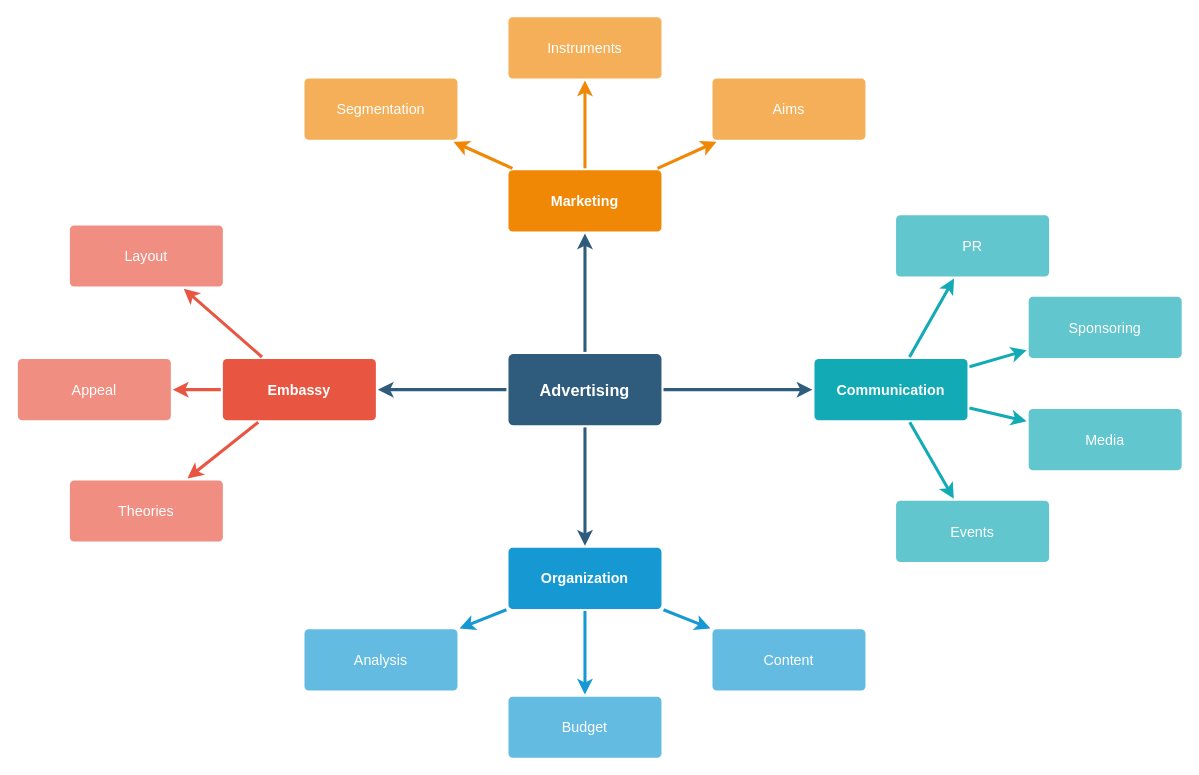
The draw.io diagram CRO.drawio in IZeMgg/wincro, before the edit. Source tidied: cells renumbered, new cells numbered last; positions are measured from the earlier drawing's top-left corner, leaving out a move shared by most shapes. Both pictures are drawn from the tidied source at 102%, with x=0, y=0 at pixel (17, 16).
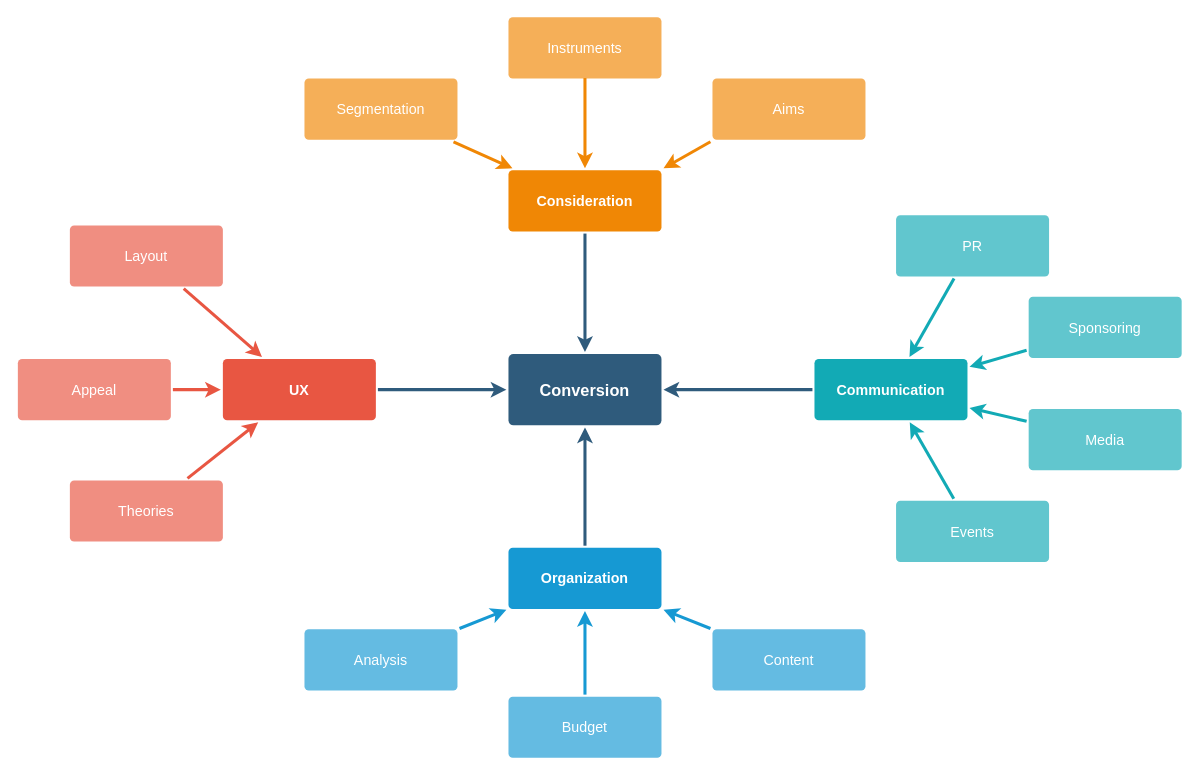
After the change.

Unchanged cells that the change refers to:
```xml
<mxCell id="11" value="Theories" style="rounded=1;whiteSpace=wrap;html=1;shadow=0;labelBackgroundColor=none;strokeColor=none;strokeWidth=3;fillColor=#f08e81;fontFamily=Helvetica;fontSize=14;fontColor=#FFFFFF;align=center;spacing=5;fontStyle=0;arcSize=7;perimeterSpacing=2;" parent="1" vertex="1">
  <mxGeometry x="51" y="454.5" width="150" height="60" as="geometry" />
</mxCell>
<mxCell id="12" value="Appeal" style="rounded=1;whiteSpace=wrap;html=1;shadow=0;labelBackgroundColor=none;strokeColor=none;strokeWidth=3;fillColor=#f08e81;fontFamily=Helvetica;fontSize=14;fontColor=#FFFFFF;align=center;spacing=5;fontStyle=0;arcSize=7;perimeterSpacing=2;" parent="1" vertex="1">
  <mxGeometry y="335.5" width="150" height="60" as="geometry" />
</mxCell>
<mxCell id="13" value="Layout" style="rounded=1;whiteSpace=wrap;html=1;shadow=0;labelBackgroundColor=none;strokeColor=none;strokeWidth=3;fillColor=#f08e81;fontFamily=Helvetica;fontSize=14;fontColor=#FFFFFF;align=center;spacing=5;fontStyle=0;arcSize=7;perimeterSpacing=2;" parent="1" vertex="1">
  <mxGeometry x="51" y="204.5" width="150" height="60" as="geometry" />
</mxCell>
<mxCell id="17" value="Organization" style="rounded=1;whiteSpace=wrap;html=1;shadow=0;labelBackgroundColor=none;strokeColor=none;strokeWidth=3;fillColor=#1699d3;fontFamily=Helvetica;fontSize=14;fontColor=#FFFFFF;align=center;spacing=5;fontStyle=1;arcSize=7;perimeterSpacing=2;" parent="1" vertex="1">
  <mxGeometry x="481" y="520.5" width="150" height="60" as="geometry" />
</mxCell>
<mxCell id="18" value="Content" style="rounded=1;whiteSpace=wrap;html=1;shadow=0;labelBackgroundColor=none;strokeColor=none;strokeWidth=3;fillColor=#64bbe2;fontFamily=Helvetica;fontSize=14;fontColor=#FFFFFF;align=center;spacing=5;arcSize=7;perimeterSpacing=2;" parent="1" vertex="1">
  <mxGeometry x="681" y="600.5" width="150" height="60" as="geometry" />
</mxCell>
<mxCell id="19" value="Budget" style="rounded=1;whiteSpace=wrap;html=1;shadow=0;labelBackgroundColor=none;strokeColor=none;strokeWidth=3;fillColor=#64bbe2;fontFamily=Helvetica;fontSize=14;fontColor=#FFFFFF;align=center;spacing=5;arcSize=7;perimeterSpacing=2;" parent="1" vertex="1">
  <mxGeometry x="481" y="666.5" width="150" height="60" as="geometry" />
</mxCell>
<mxCell id="20" value="Analysis" style="rounded=1;whiteSpace=wrap;html=1;shadow=0;labelBackgroundColor=none;strokeColor=none;strokeWidth=3;fillColor=#64bbe2;fontFamily=Helvetica;fontSize=14;fontColor=#FFFFFF;align=center;spacing=5;arcSize=7;perimeterSpacing=2;" parent="1" vertex="1">
  <mxGeometry x="281" y="600.5" width="150" height="60" as="geometry" />
</mxCell>
<mxCell id="22" value="Aims&lt;br&gt;" style="rounded=1;whiteSpace=wrap;html=1;shadow=0;labelBackgroundColor=none;strokeColor=none;strokeWidth=3;fillColor=#f5af58;fontFamily=Helvetica;fontSize=14;fontColor=#FFFFFF;align=center;spacing=5;arcSize=7;perimeterSpacing=2;" parent="1" vertex="1">
  <mxGeometry x="681" y="60.5" width="150" height="60" as="geometry" />
</mxCell>
<mxCell id="24" value="Instruments" style="rounded=1;whiteSpace=wrap;html=1;shadow=0;labelBackgroundColor=none;strokeColor=none;strokeWidth=3;fillColor=#f5af58;fontFamily=Helvetica;fontSize=14;fontColor=#FFFFFF;align=center;spacing=5;arcSize=7;perimeterSpacing=2;" parent="1" vertex="1">
  <mxGeometry x="481" y="0.5" width="150" height="60" as="geometry" />
</mxCell>
<mxCell id="26" value="Segmentation" style="rounded=1;whiteSpace=wrap;html=1;shadow=0;labelBackgroundColor=none;strokeColor=none;strokeWidth=3;fillColor=#f5af58;fontFamily=Helvetica;fontSize=14;fontColor=#FFFFFF;align=center;spacing=5;arcSize=7;perimeterSpacing=2;" parent="1" vertex="1">
  <mxGeometry x="281" y="60.5" width="150" height="60" as="geometry" />
</mxCell>
<mxCell id="28" value="Communication" style="rounded=1;whiteSpace=wrap;html=1;shadow=0;labelBackgroundColor=none;strokeColor=none;strokeWidth=3;fillColor=#12aab5;fontFamily=Helvetica;fontSize=14;fontColor=#FFFFFF;align=center;spacing=5;fontStyle=1;arcSize=7;perimeterSpacing=2;" parent="1" vertex="1">
  <mxGeometry x="781" y="335.5" width="150" height="60" as="geometry" />
</mxCell>
<mxCell id="29" value="Events" style="rounded=1;whiteSpace=wrap;html=1;shadow=0;labelBackgroundColor=none;strokeColor=none;strokeWidth=3;fillColor=#61c6ce;fontFamily=Helvetica;fontSize=14;fontColor=#FFFFFF;align=center;spacing=5;fontStyle=0;arcSize=7;perimeterSpacing=2;" parent="1" vertex="1">
  <mxGeometry x="861" y="474.5" width="150" height="60" as="geometry" />
</mxCell>
<mxCell id="31" value="Media" style="rounded=1;whiteSpace=wrap;html=1;shadow=0;labelBackgroundColor=none;strokeColor=none;strokeWidth=3;fillColor=#61c6ce;fontFamily=Helvetica;fontSize=14;fontColor=#FFFFFF;align=center;spacing=5;fontStyle=0;arcSize=7;perimeterSpacing=2;" parent="1" vertex="1">
  <mxGeometry x="991" y="384.5" width="150" height="60" as="geometry" />
</mxCell>
<mxCell id="33" value="Sponsoring" style="rounded=1;whiteSpace=wrap;html=1;shadow=0;labelBackgroundColor=none;strokeColor=none;strokeWidth=3;fillColor=#61c6ce;fontFamily=Helvetica;fontSize=14;fontColor=#FFFFFF;align=center;spacing=5;fontStyle=0;arcSize=7;perimeterSpacing=2;" parent="1" vertex="1">
  <mxGeometry x="991" y="274.5" width="150" height="60" as="geometry" />
</mxCell>
<mxCell id="35" value="PR" style="rounded=1;whiteSpace=wrap;html=1;shadow=0;labelBackgroundColor=none;strokeColor=none;strokeWidth=3;fillColor=#61c6ce;fontFamily=Helvetica;fontSize=14;fontColor=#FFFFFF;align=center;spacing=5;fontStyle=0;arcSize=7;perimeterSpacing=2;" parent="1" vertex="1">
  <mxGeometry x="861" y="194.5" width="150" height="60" as="geometry" />
</mxCell>
```

What changed in the source:
```diff
@@
-    <mxCell id="2" style="edgeStyle=none;rounded=0;jumpStyle=none;html=1;shadow=0;labelBackgroundColor=none;startArrow=none;startFill=0;endArrow=classic;endFill=1;jettySize=auto;strokeColor=#2F5B7C;strokeWidth=3;fontFamily=Helvetica;fontSize=16;fontColor=#23445D;spacing=5;" parent="1" edge="1" source="6" target="21">
+    <mxCell id="2" style="edgeStyle=none;rounded=0;jumpStyle=none;html=1;shadow=0;labelBackgroundColor=none;startArrow=none;startFill=0;endArrow=classic;endFill=1;jettySize=auto;strokeColor=#2F5B7C;strokeWidth=3;fontFamily=Helvetica;fontSize=16;fontColor=#23445D;spacing=5;" parent="1" edge="1" source="21" target="6">
       <mxGeometry relative="1" as="geometry" />
     </mxCell>
-    <mxCell id="3" style="edgeStyle=none;rounded=0;jumpStyle=none;html=1;shadow=0;labelBackgroundColor=none;startArrow=none;startFill=0;endArrow=classic;endFill=1;jettySize=auto;strokeColor=#2F5B7C;strokeWidth=3;fontFamily=Helvetica;fontSize=16;fontColor=#23445D;spacing=5;" parent="1" edge="1" source="6" target="28">
+    <mxCell id="3" style="edgeStyle=none;rounded=0;jumpStyle=none;html=1;shadow=0;labelBackgroundColor=none;startArrow=none;startFill=0;endArrow=classic;endFill=1;jettySize=auto;strokeColor=#2F5B7C;strokeWidth=3;fontFamily=Helvetica;fontSize=16;fontColor=#23445D;spacing=5;" parent="1" edge="1" source="28" target="6">
       <mxGeometry relative="1" as="geometry" />
     </mxCell>
-    <mxCell id="4" style="edgeStyle=none;rounded=0;jumpStyle=none;html=1;shadow=0;labelBackgroundColor=none;startArrow=none;startFill=0;endArrow=classic;endFill=1;jettySize=auto;strokeColor=#2F5B7C;strokeWidth=3;fontFamily=Helvetica;fontSize=16;fontColor=#23445D;spacing=5;" parent="1" edge="1" source="6" target="17">
+    <mxCell id="4" style="edgeStyle=none;rounded=0;jumpStyle=none;html=1;shadow=0;labelBackgroundColor=none;startArrow=none;startFill=0;endArrow=classic;endFill=1;jettySize=auto;strokeColor=#2F5B7C;strokeWidth=3;fontFamily=Helvetica;fontSize=16;fontColor=#23445D;spacing=5;" parent="1" edge="1" source="17" target="6">
       <mxGeometry relative="1" as="geometry" />
     </mxCell>
-    <mxCell id="5" style="edgeStyle=none;rounded=0;jumpStyle=none;html=1;shadow=0;labelBackgroundColor=none;startArrow=none;startFill=0;endArrow=classic;endFill=1;jettySize=auto;strokeColor=#2F5B7C;strokeWidth=3;fontFamily=Helvetica;fontSize=16;fontColor=#23445D;spacing=5;" parent="1" edge="1" source="6" target="10">
+    <mxCell id="5" style="edgeStyle=none;rounded=0;jumpStyle=none;html=1;shadow=0;labelBackgroundColor=none;startArrow=none;startFill=0;endArrow=classic;endFill=1;jettySize=auto;strokeColor=#2F5B7C;strokeWidth=3;fontFamily=Helvetica;fontSize=16;fontColor=#23445D;spacing=5;" parent="1" edge="1" source="10" target="6">
       <mxGeometry relative="1" as="geometry" />
     </mxCell>
-    <mxCell id="6" value="Advertising" style="rounded=1;whiteSpace=wrap;html=1;shadow=0;labelBackgroundColor=none;strokeColor=none;strokeWidth=3;fillColor=#2F5B7C;fontFamily=Helvetica;fontSize=16;fontColor=#FFFFFF;align=center;fontStyle=1;spacing=5;arcSize=7;perimeterSpacing=2;" parent="1" vertex="1">
+    <mxCell id="6" value="Conversion" style="rounded=1;whiteSpace=wrap;html=1;shadow=0;labelBackgroundColor=none;strokeColor=none;strokeWidth=3;fillColor=#2F5B7C;fontFamily=Helvetica;fontSize=16;fontColor=#FFFFFF;align=center;fontStyle=1;spacing=5;arcSize=7;perimeterSpacing=2;" parent="1" vertex="1">
       <mxGeometry x="481" y="330.5" width="150" height="70" as="geometry" />
     </mxCell>
-    <mxCell id="7" style="edgeStyle=none;rounded=1;jumpStyle=none;html=1;shadow=0;labelBackgroundColor=none;startArrow=none;startFill=0;jettySize=auto;strokeColor=#E85642;strokeWidth=3;fontFamily=Helvetica;fontSize=14;fontColor=#FFFFFF;spacing=5;fontStyle=1;fillColor=#b0e3e6;" parent="1" edge="1" source="10" target="13">
+    <mxCell id="7" style="edgeStyle=none;rounded=1;jumpStyle=none;html=1;shadow=0;labelBackgroundColor=none;startArrow=none;startFill=0;jettySize=auto;strokeColor=#E85642;strokeWidth=3;fontFamily=Helvetica;fontSize=14;fontColor=#FFFFFF;spacing=5;fontStyle=1;fillColor=#b0e3e6;" parent="1" edge="1" source="13" target="10">
       <mxGeometry relative="1" as="geometry" />
     </mxCell>
-    <mxCell id="8" style="edgeStyle=none;rounded=1;jumpStyle=none;html=1;shadow=0;labelBackgroundColor=none;startArrow=none;startFill=0;jettySize=auto;strokeColor=#E85642;strokeWidth=3;fontFamily=Helvetica;fontSize=14;fontColor=#FFFFFF;spacing=5;fontStyle=1;fillColor=#b0e3e6;" parent="1" edge="1" source="10" target="12">
+    <mxCell id="8" style="edgeStyle=none;rounded=1;jumpStyle=none;html=1;shadow=0;labelBackgroundColor=none;startArrow=none;startFill=0;jettySize=auto;strokeColor=#E85642;strokeWidth=3;fontFamily=Helvetica;fontSize=14;fontColor=#FFFFFF;spacing=5;fontStyle=1;fillColor=#b0e3e6;" parent="1" edge="1" source="12" target="10">
       <mxGeometry relative="1" as="geometry" />
     </mxCell>
-    <mxCell id="9" style="edgeStyle=none;rounded=1;jumpStyle=none;html=1;shadow=0;labelBackgroundColor=none;startArrow=none;startFill=0;jettySize=auto;strokeColor=#E85642;strokeWidth=3;fontFamily=Helvetica;fontSize=14;fontColor=#FFFFFF;spacing=5;fontStyle=1;fillColor=#b0e3e6;" parent="1" edge="1" source="10" target="11">
+    <mxCell id="9" style="edgeStyle=none;rounded=1;jumpStyle=none;html=1;shadow=0;labelBackgroundColor=none;startArrow=none;startFill=0;jettySize=auto;strokeColor=#E85642;strokeWidth=3;fontFamily=Helvetica;fontSize=14;fontColor=#FFFFFF;spacing=5;fontStyle=1;fillColor=#b0e3e6;" parent="1" edge="1" source="11" target="10">
       <mxGeometry relative="1" as="geometry" />
     </mxCell>
-    <mxCell id="10" value="Embassy" style="rounded=1;whiteSpace=wrap;html=1;shadow=0;labelBackgroundColor=none;strokeColor=none;strokeWidth=3;fillColor=#e85642;fontFamily=Helvetica;fontSize=14;fontColor=#FFFFFF;align=center;spacing=5;fontStyle=1;arcSize=7;perimeterSpacing=2;" parent="1" vertex="1">
+    <mxCell id="10" value="UX" style="rounded=1;whiteSpace=wrap;html=1;shadow=0;labelBackgroundColor=none;strokeColor=none;strokeWidth=3;fillColor=#e85642;fontFamily=Helvetica;fontSize=14;fontColor=#FFFFFF;align=center;spacing=5;fontStyle=1;arcSize=7;perimeterSpacing=2;" parent="1" vertex="1">
       <mxGeometry x="201" y="335.5" width="150" height="60" as="geometry" />
     </mxCell>
@@
-    <mxCell id="14" style="edgeStyle=none;rounded=0;jumpStyle=none;html=1;shadow=0;labelBackgroundColor=none;startArrow=none;startFill=0;endArrow=classic;endFill=1;jettySize=auto;strokeColor=#1699D3;strokeWidth=3;fontFamily=Helvetica;fontSize=14;fontColor=#FFFFFF;spacing=5;" parent="1" edge="1" source="17" target="20">
+    <mxCell id="14" style="edgeStyle=none;rounded=0;jumpStyle=none;html=1;shadow=0;labelBackgroundColor=none;startArrow=none;startFill=0;endArrow=classic;endFill=1;jettySize=auto;strokeColor=#1699D3;strokeWidth=3;fontFamily=Helvetica;fontSize=14;fontColor=#FFFFFF;spacing=5;" parent="1" edge="1" source="20" target="17">
       <mxGeometry relative="1" as="geometry" />
     </mxCell>
-    <mxCell id="15" style="edgeStyle=none;rounded=0;jumpStyle=none;html=1;shadow=0;labelBackgroundColor=none;startArrow=none;startFill=0;endArrow=classic;endFill=1;jettySize=auto;strokeColor=#1699D3;strokeWidth=3;fontFamily=Helvetica;fontSize=14;fontColor=#FFFFFF;spacing=5;" parent="1" edge="1" source="17" target="19">
+    <mxCell id="15" style="edgeStyle=none;rounded=0;jumpStyle=none;html=1;shadow=0;labelBackgroundColor=none;startArrow=none;startFill=0;endArrow=classic;endFill=1;jettySize=auto;strokeColor=#1699D3;strokeWidth=3;fontFamily=Helvetica;fontSize=14;fontColor=#FFFFFF;spacing=5;" parent="1" edge="1" source="19" target="17">
       <mxGeometry relative="1" as="geometry" />
     </mxCell>
-    <mxCell id="16" style="edgeStyle=none;rounded=0;jumpStyle=none;html=1;shadow=0;labelBackgroundColor=none;startArrow=none;startFill=0;endArrow=classic;endFill=1;jettySize=auto;strokeColor=#1699D3;strokeWidth=3;fontFamily=Helvetica;fontSize=14;fontColor=#FFFFFF;spacing=5;" parent="1" edge="1" source="17" target="18">
+    <mxCell id="16" style="edgeStyle=none;rounded=0;jumpStyle=none;html=1;shadow=0;labelBackgroundColor=none;startArrow=none;startFill=0;endArrow=classic;endFill=1;jettySize=auto;strokeColor=#1699D3;strokeWidth=3;fontFamily=Helvetica;fontSize=14;fontColor=#FFFFFF;spacing=5;" parent="1" edge="1" source="18" target="17">
       <mxGeometry relative="1" as="geometry" />
     </mxCell>
@@
-    <mxCell id="21" value="Marketing" style="rounded=1;whiteSpace=wrap;html=1;shadow=0;labelBackgroundColor=none;strokeColor=none;strokeWidth=3;fillColor=#F08705;fontFamily=Helvetica;fontSize=14;fontColor=#FFFFFF;align=center;spacing=5;fontStyle=1;arcSize=7;perimeterSpacing=2;" parent="1" vertex="1">
+    <mxCell id="21" value="Consideration" style="rounded=1;whiteSpace=wrap;html=1;shadow=0;labelBackgroundColor=none;strokeColor=none;strokeWidth=3;fillColor=#F08705;fontFamily=Helvetica;fontSize=14;fontColor=#FFFFFF;align=center;spacing=5;fontStyle=1;arcSize=7;perimeterSpacing=2;" parent="1" vertex="1">
       <mxGeometry x="481" y="150.5" width="150" height="60" as="geometry" />
     </mxCell>
@@
-    <mxCell id="23" style="edgeStyle=none;rounded=0;jumpStyle=none;html=1;shadow=0;labelBackgroundColor=none;startArrow=none;startFill=0;endArrow=classic;endFill=1;jettySize=auto;strokeColor=#F08705;strokeWidth=3;fontFamily=Helvetica;fontSize=14;fontColor=#FFFFFF;spacing=5;" parent="1" edge="1" source="21" target="22">
+    <mxCell id="23" style="edgeStyle=none;rounded=0;jumpStyle=none;html=1;shadow=0;labelBackgroundColor=none;startArrow=none;startFill=0;endArrow=classic;endFill=1;jettySize=auto;strokeColor=#F08705;strokeWidth=3;fontFamily=Helvetica;fontSize=14;fontColor=#FFFFFF;spacing=5;entryX=1;entryY=0;entryDx=0;entryDy=0;exitX=0;exitY=1;exitDx=0;exitDy=0;" parent="1" edge="1" source="22" target="21">
       <mxGeometry relative="1" as="geometry" />
     </mxCell>
@@
-    <mxCell id="25" style="edgeStyle=none;rounded=0;jumpStyle=none;html=1;shadow=0;labelBackgroundColor=none;startArrow=none;startFill=0;endArrow=classic;endFill=1;jettySize=auto;strokeColor=#F08705;strokeWidth=3;fontFamily=Helvetica;fontSize=14;fontColor=#FFFFFF;spacing=5;" parent="1" edge="1" source="21" target="24">
-      <mxGeometry relative="1" as="geometry" />
+    <mxCell id="25" style="edgeStyle=none;rounded=0;jumpStyle=none;html=1;shadow=0;labelBackgroundColor=none;startArrow=none;startFill=0;endArrow=classic;endFill=1;jettySize=auto;strokeColor=#F08705;strokeWidth=3;fontFamily=Helvetica;fontSize=14;fontColor=#FFFFFF;spacing=5;entryX=0.5;entryY=0;entryDx=0;entryDy=0;" parent="1" edge="1" target="21">
+      <mxGeometry relative="1" as="geometry">
+        <mxPoint x="556" y="60" as="sourcePoint" />
+      </mxGeometry>
     </mxCell>
@@
-    <mxCell id="27" style="edgeStyle=none;rounded=0;jumpStyle=none;html=1;shadow=0;labelBackgroundColor=none;startArrow=none;startFill=0;endArrow=classic;endFill=1;jettySize=auto;strokeColor=#F08705;strokeWidth=3;fontFamily=Helvetica;fontSize=14;fontColor=#FFFFFF;spacing=5;" parent="1" edge="1" source="21" target="26">
+    <mxCell id="27" style="edgeStyle=none;rounded=0;jumpStyle=none;html=1;shadow=0;labelBackgroundColor=none;startArrow=none;startFill=0;endArrow=classic;endFill=1;jettySize=auto;strokeColor=#F08705;strokeWidth=3;fontFamily=Helvetica;fontSize=14;fontColor=#FFFFFF;spacing=5;" parent="1" edge="1" source="26" target="21">
       <mxGeometry relative="1" as="geometry" />
     </mxCell>
@@
-    <mxCell id="30" style="edgeStyle=none;rounded=1;jumpStyle=none;html=1;shadow=0;labelBackgroundColor=none;startArrow=none;startFill=0;jettySize=auto;strokeColor=#12AAB5;strokeWidth=3;fontFamily=Helvetica;fontSize=14;fontColor=#FFFFFF;spacing=5;fontStyle=1;fillColor=#b0e3e6;" parent="1" edge="1" source="28" target="29">
+    <mxCell id="30" style="edgeStyle=none;rounded=1;jumpStyle=none;html=1;shadow=0;labelBackgroundColor=none;startArrow=none;startFill=0;jettySize=auto;strokeColor=#12AAB5;strokeWidth=3;fontFamily=Helvetica;fontSize=14;fontColor=#FFFFFF;spacing=5;fontStyle=1;fillColor=#b0e3e6;" parent="1" edge="1" source="29" target="28">
       <mxGeometry relative="1" as="geometry" />
     </mxCell>
@@
-    <mxCell id="32" style="edgeStyle=none;rounded=1;jumpStyle=none;html=1;shadow=0;labelBackgroundColor=none;startArrow=none;startFill=0;jettySize=auto;strokeColor=#12AAB5;strokeWidth=3;fontFamily=Helvetica;fontSize=14;fontColor=#FFFFFF;spacing=5;fontStyle=1;fillColor=#b0e3e6;" parent="1" edge="1" source="28" target="31">
+    <mxCell id="32" style="edgeStyle=none;rounded=1;jumpStyle=none;html=1;shadow=0;labelBackgroundColor=none;startArrow=none;startFill=0;jettySize=auto;strokeColor=#12AAB5;strokeWidth=3;fontFamily=Helvetica;fontSize=14;fontColor=#FFFFFF;spacing=5;fontStyle=1;fillColor=#b0e3e6;" parent="1" edge="1" source="31" target="28">
       <mxGeometry relative="1" as="geometry" />
     </mxCell>
@@
-    <mxCell id="34" style="edgeStyle=none;rounded=1;jumpStyle=none;html=1;shadow=0;labelBackgroundColor=none;startArrow=none;startFill=0;jettySize=auto;strokeColor=#12AAB5;strokeWidth=3;fontFamily=Helvetica;fontSize=14;fontColor=#FFFFFF;spacing=5;fontStyle=1;fillColor=#b0e3e6;" parent="1" edge="1" source="28" target="33">
+    <mxCell id="34" style="edgeStyle=none;rounded=1;jumpStyle=none;html=1;shadow=0;labelBackgroundColor=none;startArrow=none;startFill=0;jettySize=auto;strokeColor=#12AAB5;strokeWidth=3;fontFamily=Helvetica;fontSize=14;fontColor=#FFFFFF;spacing=5;fontStyle=1;fillColor=#b0e3e6;" parent="1" edge="1" source="33" target="28">
       <mxGeometry relative="1" as="geometry" />
     </mxCell>
@@
-    <mxCell id="36" style="edgeStyle=none;rounded=1;jumpStyle=none;html=1;shadow=0;labelBackgroundColor=none;startArrow=none;startFill=0;jettySize=auto;strokeColor=#12AAB5;strokeWidth=3;fontFamily=Helvetica;fontSize=14;fontColor=#FFFFFF;spacing=5;fontStyle=1;fillColor=#b0e3e6;" parent="1" edge="1" source="28" target="35">
+    <mxCell id="36" style="edgeStyle=none;rounded=1;jumpStyle=none;html=1;shadow=0;labelBackgroundColor=none;startArrow=none;startFill=0;jettySize=auto;strokeColor=#12AAB5;strokeWidth=3;fontFamily=Helvetica;fontSize=14;fontColor=#FFFFFF;spacing=5;fontStyle=1;fillColor=#b0e3e6;" parent="1" edge="1" source="35" target="28">
       <mxGeometry relative="1" as="geometry" />
     </mxCell>
```
